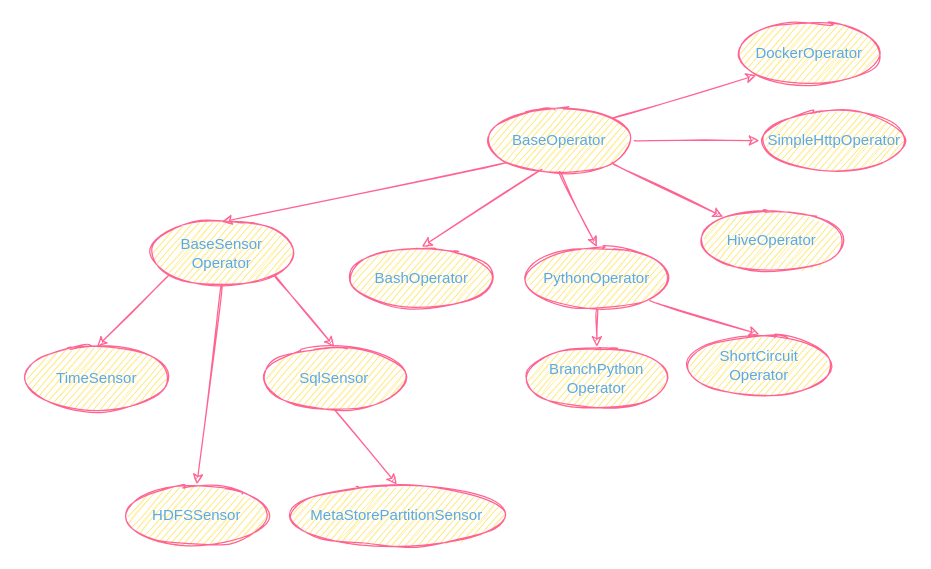
Above: airflowOperator.drawio in nadong/drawio (draw.io), before the change. Source tidied: cells renumbered, new cells numbered last; positions are measured from the earlier drawing's top-left corner, leaving out a move shared by most shapes. Both pictures are drawn from the tidied source at 125%, with x=0, y=0 at pixel (21, 21).
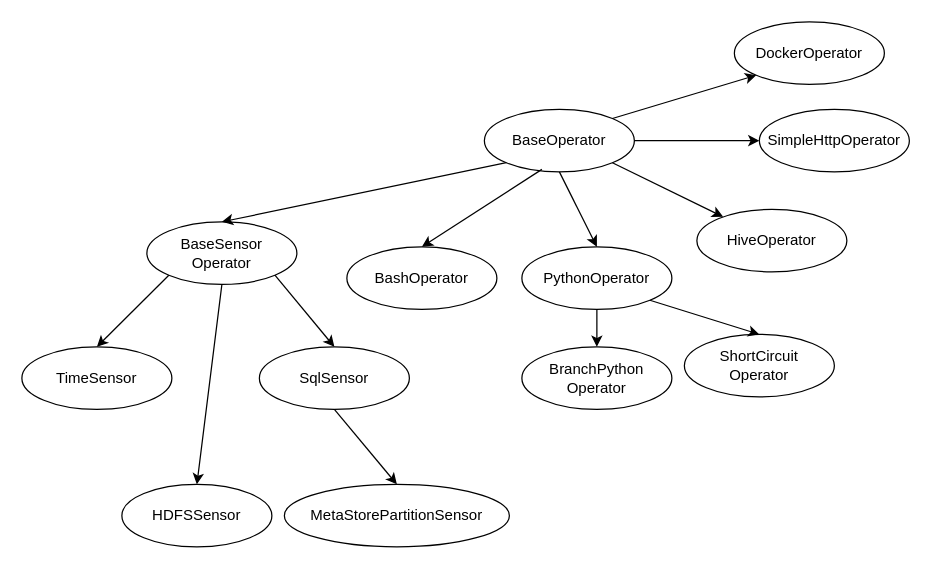
After the change.

What changed in the source:
```diff
@@
-    <mxCell id="2" value="BaseOperator" style="ellipse;whiteSpace=wrap;html=1;fillColor=#FFE45E;strokeColor=#FF6392;fontColor=#5AA9E6;sketch=1;rounded=1;" parent="1" vertex="1">
+    <mxCell id="2" value="BaseOperator" style="ellipse;whiteSpace=wrap;html=1;" parent="1" vertex="1">
       <mxGeometry x="370" y="70" width="120" height="50" as="geometry" />
     </mxCell>
-    <mxCell id="3" value="BaseSensor&lt;br&gt;Operator" style="ellipse;whiteSpace=wrap;html=1;fillColor=#FFE45E;strokeColor=#FF6392;fontColor=#5AA9E6;sketch=1;rounded=1;" parent="1" vertex="1">
+    <mxCell id="3" value="BaseSensor&lt;br&gt;Operator" style="ellipse;whiteSpace=wrap;html=1;" parent="1" vertex="1">
       <mxGeometry x="100" y="160" width="120" height="50" as="geometry" />
     </mxCell>
-    <mxCell id="4" value="BashOperator" style="ellipse;whiteSpace=wrap;html=1;fillColor=#FFE45E;strokeColor=#FF6392;fontColor=#5AA9E6;sketch=1;rounded=1;" parent="1" vertex="1">
+    <mxCell id="4" value="BashOperator" style="ellipse;whiteSpace=wrap;html=1;" parent="1" vertex="1">
       <mxGeometry x="260" y="180" width="120" height="50" as="geometry" />
     </mxCell>
-    <mxCell id="5" value="SimpleHttpOperator" style="ellipse;whiteSpace=wrap;html=1;fillColor=#FFE45E;strokeColor=#FF6392;fontColor=#5AA9E6;sketch=1;rounded=1;" parent="1" vertex="1">
+    <mxCell id="5" value="SimpleHttpOperator" style="ellipse;whiteSpace=wrap;html=1;" parent="1" vertex="1">
       <mxGeometry x="590" y="70" width="120" height="50" as="geometry" />
     </mxCell>
-    <mxCell id="6" value="HiveOperator" style="ellipse;whiteSpace=wrap;html=1;fillColor=#FFE45E;strokeColor=#FF6392;fontColor=#5AA9E6;sketch=1;rounded=1;" parent="1" vertex="1">
+    <mxCell id="6" value="HiveOperator" style="ellipse;whiteSpace=wrap;html=1;" parent="1" vertex="1">
       <mxGeometry x="540" y="150" width="120" height="50" as="geometry" />
     </mxCell>
-    <mxCell id="7" value="PythonOperator" style="ellipse;whiteSpace=wrap;html=1;fillColor=#FFE45E;strokeColor=#FF6392;fontColor=#5AA9E6;sketch=1;rounded=1;" parent="1" vertex="1">
+    <mxCell id="7" value="PythonOperator" style="ellipse;whiteSpace=wrap;html=1;" parent="1" vertex="1">
       <mxGeometry x="400" y="180" width="120" height="50" as="geometry" />
     </mxCell>
-    <mxCell id="8" value="DockerOperator" style="ellipse;whiteSpace=wrap;html=1;fillColor=#FFE45E;strokeColor=#FF6392;fontColor=#5AA9E6;sketch=1;rounded=1;" parent="1" vertex="1">
+    <mxCell id="8" value="DockerOperator" style="ellipse;whiteSpace=wrap;html=1;" parent="1" vertex="1">
       <mxGeometry x="570" width="120" height="50" as="geometry" />
     </mxCell>
-    <mxCell id="9" value="SqlSensor" style="ellipse;whiteSpace=wrap;html=1;fillColor=#FFE45E;strokeColor=#FF6392;fontColor=#5AA9E6;sketch=1;rounded=1;" parent="1" vertex="1">
+    <mxCell id="9" value="SqlSensor" style="ellipse;whiteSpace=wrap;html=1;" parent="1" vertex="1">
       <mxGeometry x="190" y="260" width="120" height="50" as="geometry" />
     </mxCell>
-    <mxCell id="10" value="TimeSensor&lt;br&gt;" style="ellipse;whiteSpace=wrap;html=1;fillColor=#FFE45E;strokeColor=#FF6392;fontColor=#5AA9E6;sketch=1;rounded=1;" parent="1" vertex="1">
+    <mxCell id="10" value="TimeSensor&lt;br&gt;" style="ellipse;whiteSpace=wrap;html=1;" parent="1" vertex="1">
       <mxGeometry y="260" width="120" height="50" as="geometry" />
     </mxCell>
-    <mxCell id="11" value="HDFSSensor" style="ellipse;whiteSpace=wrap;html=1;fillColor=#FFE45E;strokeColor=#FF6392;fontColor=#5AA9E6;sketch=1;rounded=1;" parent="1" vertex="1">
+    <mxCell id="11" value="HDFSSensor" style="ellipse;whiteSpace=wrap;html=1;" parent="1" vertex="1">
       <mxGeometry x="80" y="370" width="120" height="50" as="geometry" />
     </mxCell>
-    <mxCell id="12" value="BranchPython&lt;br&gt;Operator" style="ellipse;whiteSpace=wrap;html=1;fillColor=#FFE45E;strokeColor=#FF6392;fontColor=#5AA9E6;sketch=1;rounded=1;" parent="1" vertex="1">
+    <mxCell id="12" value="BranchPython&lt;br&gt;Operator" style="ellipse;whiteSpace=wrap;html=1;" parent="1" vertex="1">
       <mxGeometry x="400" y="260" width="120" height="50" as="geometry" />
     </mxCell>
-    <mxCell id="13" value="ShortCircuit&lt;br&gt;Operator" style="ellipse;whiteSpace=wrap;html=1;fillColor=#FFE45E;strokeColor=#FF6392;fontColor=#5AA9E6;sketch=1;rounded=1;" parent="1" vertex="1">
+    <mxCell id="13" value="ShortCircuit&lt;br&gt;Operator" style="ellipse;whiteSpace=wrap;html=1;" parent="1" vertex="1">
       <mxGeometry x="530" y="250" width="120" height="50" as="geometry" />
     </mxCell>
-    <mxCell id="14" value="MetaStorePartitionSensor" style="ellipse;whiteSpace=wrap;html=1;fillColor=#FFE45E;strokeColor=#FF6392;fontColor=#5AA9E6;sketch=1;rounded=1;" parent="1" vertex="1">
+    <mxCell id="14" value="MetaStorePartitionSensor" style="ellipse;whiteSpace=wrap;html=1;" parent="1" vertex="1">
       <mxGeometry x="210" y="370" width="180" height="50" as="geometry" />
     </mxCell>
-    <mxCell id="15" style="endArrow=classic;html=1;exitX=0.5;exitY=1;exitDx=0;exitDy=0;entryX=0.5;entryY=0;entryDx=0;entryDy=0;strokeColor=#FF6392;fontColor=#5AA9E6;sketch=1;curved=1;" parent="1" edge="1" source="2" target="7">
+    <mxCell id="15" style="endArrow=classic;html=1;exitX=0.5;exitY=1;exitDx=0;exitDy=0;entryX=0.5;entryY=0;entryDx=0;entryDy=0;" parent="1" edge="1" source="2" target="7">
       <mxGeometry relative="1" as="geometry" />
     </mxCell>
-    <mxCell id="16" style="endArrow=classic;html=1;entryX=0.5;entryY=0;entryDx=0;entryDy=0;strokeColor=#FF6392;fontColor=#5AA9E6;sketch=1;curved=1;" parent="1" edge="1" target="4">
+    <mxCell id="16" style="endArrow=classic;html=1;entryX=0.5;entryY=0;entryDx=0;entryDy=0;" parent="1" edge="1" target="4">
       <mxGeometry relative="1" as="geometry">
         <mxPoint x="416" y="118" as="sourcePoint" />
       </mxGeometry>
     </mxCell>
-    <mxCell id="17" style="endArrow=classic;html=1;exitX=0;exitY=1;exitDx=0;exitDy=0;entryX=0.5;entryY=0;entryDx=0;entryDy=0;strokeColor=#FF6392;fontColor=#5AA9E6;sketch=1;curved=1;" parent="1" edge="1" source="2" target="3">
+    <mxCell id="17" style="endArrow=classic;html=1;exitX=0;exitY=1;exitDx=0;exitDy=0;entryX=0.5;entryY=0;entryDx=0;entryDy=0;" parent="1" edge="1" source="2" target="3">
       <mxGeometry relative="1" as="geometry" />
     </mxCell>
-    <mxCell id="18" style="endArrow=classic;html=1;exitX=1;exitY=0;exitDx=0;exitDy=0;entryX=0;entryY=1;entryDx=0;entryDy=0;strokeColor=#FF6392;fontColor=#5AA9E6;sketch=1;curved=1;" parent="1" edge="1" source="2" target="8">
+    <mxCell id="18" style="endArrow=classic;html=1;exitX=1;exitY=0;exitDx=0;exitDy=0;entryX=0;entryY=1;entryDx=0;entryDy=0;" parent="1" edge="1" source="2" target="8">
       <mxGeometry relative="1" as="geometry" />
     </mxCell>
-    <mxCell id="19" style="endArrow=classic;html=1;exitX=1;exitY=0.5;exitDx=0;exitDy=0;entryX=0;entryY=0.5;entryDx=0;entryDy=0;strokeColor=#FF6392;fontColor=#5AA9E6;sketch=1;curved=1;" parent="1" edge="1" source="2" target="5">
+    <mxCell id="19" style="endArrow=classic;html=1;exitX=1;exitY=0.5;exitDx=0;exitDy=0;entryX=0;entryY=0.5;entryDx=0;entryDy=0;" parent="1" edge="1" source="2" target="5">
       <mxGeometry relative="1" as="geometry" />
     </mxCell>
-    <mxCell id="20" style="endArrow=classic;html=1;exitX=1;exitY=1;exitDx=0;exitDy=0;strokeColor=#FF6392;fontColor=#5AA9E6;sketch=1;curved=1;" parent="1" edge="1" source="2" target="6">
+    <mxCell id="20" style="endArrow=classic;html=1;exitX=1;exitY=1;exitDx=0;exitDy=0;" parent="1" edge="1" source="2" target="6">
       <mxGeometry relative="1" as="geometry" />
     </mxCell>
-    <mxCell id="21" style="endArrow=classic;html=1;exitX=0.5;exitY=1;exitDx=0;exitDy=0;strokeColor=#FF6392;fontColor=#5AA9E6;sketch=1;curved=1;" parent="1" edge="1" source="7" target="12">
+    <mxCell id="21" style="endArrow=classic;html=1;exitX=0.5;exitY=1;exitDx=0;exitDy=0;" parent="1" edge="1" source="7" target="12">
       <mxGeometry relative="1" as="geometry" />
     </mxCell>
-    <mxCell id="22" style="endArrow=classic;html=1;exitX=1;exitY=1;exitDx=0;exitDy=0;entryX=0.5;entryY=0;entryDx=0;entryDy=0;strokeColor=#FF6392;fontColor=#5AA9E6;sketch=1;curved=1;" parent="1" edge="1" source="7" target="13">
+    <mxCell id="22" style="endArrow=classic;html=1;exitX=1;exitY=1;exitDx=0;exitDy=0;entryX=0.5;entryY=0;entryDx=0;entryDy=0;" parent="1" edge="1" source="7" target="13">
       <mxGeometry relative="1" as="geometry" />
     </mxCell>
-    <mxCell id="23" style="endArrow=classic;html=1;exitX=1;exitY=1;exitDx=0;exitDy=0;entryX=0.5;entryY=0;entryDx=0;entryDy=0;strokeColor=#FF6392;fontColor=#5AA9E6;sketch=1;curved=1;" parent="1" edge="1" source="3" target="9">
+    <mxCell id="23" style="endArrow=classic;html=1;exitX=1;exitY=1;exitDx=0;exitDy=0;entryX=0.5;entryY=0;entryDx=0;entryDy=0;" parent="1" edge="1" source="3" target="9">
       <mxGeometry relative="1" as="geometry" />
     </mxCell>
-    <mxCell id="24" style="endArrow=classic;html=1;entryX=0.5;entryY=0;entryDx=0;entryDy=0;exitX=0;exitY=1;exitDx=0;exitDy=0;strokeColor=#FF6392;fontColor=#5AA9E6;sketch=1;curved=1;" parent="1" edge="1" source="3" target="10">
+    <mxCell id="24" style="endArrow=classic;html=1;entryX=0.5;entryY=0;entryDx=0;entryDy=0;exitX=0;exitY=1;exitDx=0;exitDy=0;" parent="1" edge="1" source="3" target="10">
       <mxGeometry relative="1" as="geometry" />
     </mxCell>
-    <mxCell id="25" style="endArrow=classic;html=1;exitX=0.5;exitY=1;exitDx=0;exitDy=0;entryX=0.5;entryY=0;entryDx=0;entryDy=0;strokeColor=#FF6392;fontColor=#5AA9E6;sketch=1;curved=1;" parent="1" edge="1" source="3" target="11">
+    <mxCell id="25" style="endArrow=classic;html=1;exitX=0.5;exitY=1;exitDx=0;exitDy=0;entryX=0.5;entryY=0;entryDx=0;entryDy=0;" parent="1" edge="1" source="3" target="11">
       <mxGeometry relative="1" as="geometry" />
     </mxCell>
-    <mxCell id="26" style="endArrow=classic;html=1;exitX=0.5;exitY=1;exitDx=0;exitDy=0;entryX=0.5;entryY=0;entryDx=0;entryDy=0;strokeColor=#FF6392;fontColor=#5AA9E6;sketch=1;curved=1;" parent="1" edge="1" source="9" target="14">
+    <mxCell id="26" style="endArrow=classic;html=1;exitX=0.5;exitY=1;exitDx=0;exitDy=0;entryX=0.5;entryY=0;entryDx=0;entryDy=0;" parent="1" edge="1" source="9" target="14">
       <mxGeometry relative="1" as="geometry" />
     </mxCell>
```
